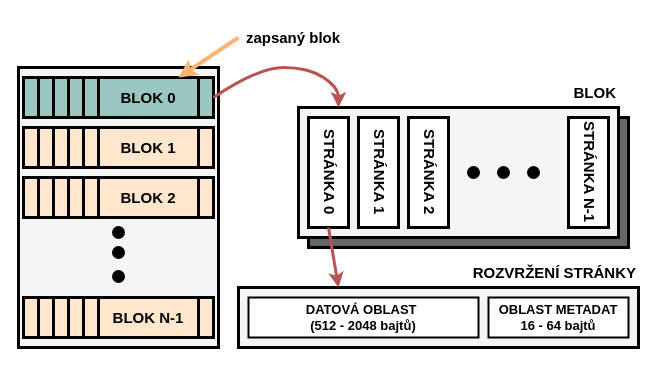
Earlier version of the draw.io diagram diagrams/nand_architecture/nand-architecture-1.drawio (Doly02/thesis). Source tidied: cells renumbered, new cells numbered last; positions are measured from the earlier drawing's top-left corner, leaving out a move shared by most shapes. Both pictures are drawn from the tidied source at 100%, with x=0, y=0 at pixel (18, 17).
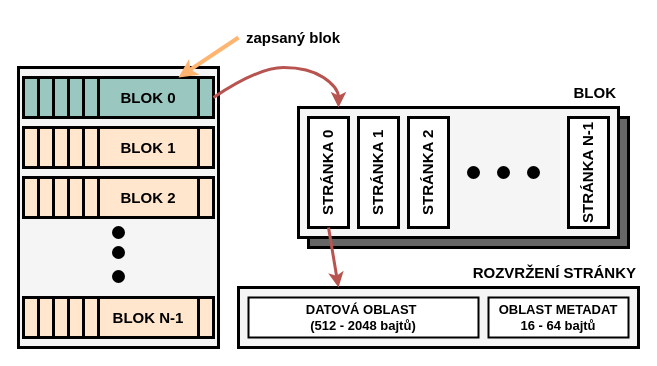
The same page after the edit.

The change refers to these unchanged cells:
```xml
<mxCell id="50" style="rounded=0;whiteSpace=wrap;html=1;strokeWidth=3;fillColor=#f5f5f5;fontColor=#333333;strokeColor=#000000;" parent="1" vertex="1">
  <mxGeometry x="220" y="270" width="400" height="60" as="geometry" />
</mxCell>
```

Change to the diagram source:
```diff
@@
-    <mxCell id="40" value="&lt;font style=&quot;font-size: 15px;&quot;&gt;&lt;b&gt;STRÁNKA 0&lt;/b&gt;&lt;/font&gt;" style="rounded=0;whiteSpace=wrap;html=1;textDirection=vertical-lr;align=center;strokeWidth=3;" parent="1" vertex="1">
+    <mxCell id="40" value="&lt;font style=&quot;font-size: 15px;&quot;&gt;&lt;b&gt;STRÁNKA 0&lt;/b&gt;&lt;/font&gt;" style="rounded=0;whiteSpace=wrap;html=1;textDirection=vertical-lr;align=center;strokeWidth=3;rotation=-180;" parent="1" vertex="1">
       <mxGeometry x="290" y="100" width="40" height="110" as="geometry" />
     </mxCell>
@@
-    <mxCell id="42" value="&lt;font style=&quot;font-size: 15px;&quot;&gt;&lt;b&gt;STRÁNKA 1&lt;/b&gt;&lt;/font&gt;" style="rounded=0;whiteSpace=wrap;html=1;textDirection=vertical-lr;align=center;strokeWidth=3;" parent="1" vertex="1">
+    <mxCell id="42" value="&lt;font style=&quot;font-size: 15px;&quot;&gt;&lt;b&gt;STRÁNKA 1&lt;/b&gt;&lt;/font&gt;" style="rounded=0;whiteSpace=wrap;html=1;textDirection=vertical-lr;align=center;strokeWidth=3;rotation=-180;" parent="1" vertex="1">
       <mxGeometry x="340" y="100" width="40" height="110" as="geometry" />
     </mxCell>
-    <mxCell id="43" value="&lt;font style=&quot;font-size: 15px;&quot;&gt;&lt;b&gt;STRÁNKA 2&lt;/b&gt;&lt;/font&gt;" style="rounded=0;whiteSpace=wrap;html=1;textDirection=vertical-lr;align=center;strokeWidth=3;" parent="1" vertex="1">
+    <mxCell id="43" value="&lt;font style=&quot;font-size: 15px;&quot;&gt;&lt;b&gt;STRÁNKA 2&lt;/b&gt;&lt;/font&gt;" style="rounded=0;whiteSpace=wrap;html=1;textDirection=vertical-lr;align=center;strokeWidth=3;rotation=-180;" parent="1" vertex="1">
       <mxGeometry x="390" y="100" width="40" height="110" as="geometry" />
     </mxCell>
-    <mxCell id="44" value="&lt;b&gt;&lt;font style=&quot;font-size: 15px;&quot;&gt;STRÁNKA N-1&lt;/font&gt;&lt;/b&gt;" style="rounded=0;whiteSpace=wrap;html=1;textDirection=vertical-lr;align=center;strokeWidth=3;" parent="1" vertex="1">
+    <mxCell id="44" value="&lt;b&gt;&lt;font style=&quot;font-size: 15px;&quot;&gt;STRÁNKA N-1&lt;/font&gt;&lt;/b&gt;" style="rounded=0;whiteSpace=wrap;html=1;textDirection=vertical-lr;align=center;strokeWidth=3;rotation=-180;" parent="1" vertex="1">
       <mxGeometry x="550" y="100" width="40" height="110" as="geometry" />
     </mxCell>
@@
-    <mxCell id="56" style="endArrow=classic;html=1;rounded=0;exitX=0.5;exitY=1;exitDx=0;exitDy=0;entryX=0.25;entryY=0;entryDx=0;entryDy=0;fillColor=#f8cecc;strokeColor=#b85450;strokeWidth=3;" parent="1" edge="1" source="40" target="50">
+    <mxCell id="56" style="endArrow=classic;html=1;rounded=0;exitX=0.5;exitY=0;exitDx=0;exitDy=0;entryX=0.25;entryY=0;entryDx=0;entryDy=0;fillColor=#f8cecc;strokeColor=#b85450;strokeWidth=3;" parent="1" edge="1" source="40" target="50">
       <mxGeometry relative="1" as="geometry" />
     </mxCell>
```
